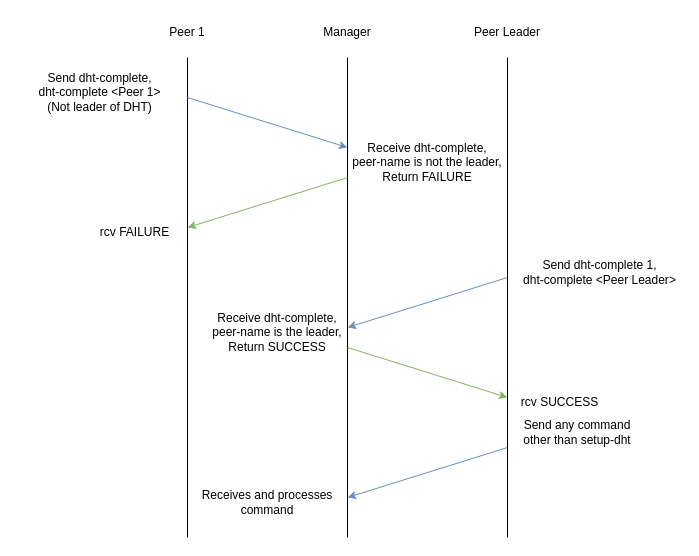
The draw.io diagram TS3_with_other_peers.drawio in TalonRoberts/cse360_helloworld, before the edit. Source tidied: cells renumbered, new cells numbered last; positions are measured from the earlier drawing's top-left corner, leaving out a move shared by most shapes. Both pictures are drawn from the tidied source at 100%, with x=0, y=0 at pixel (17, 17).
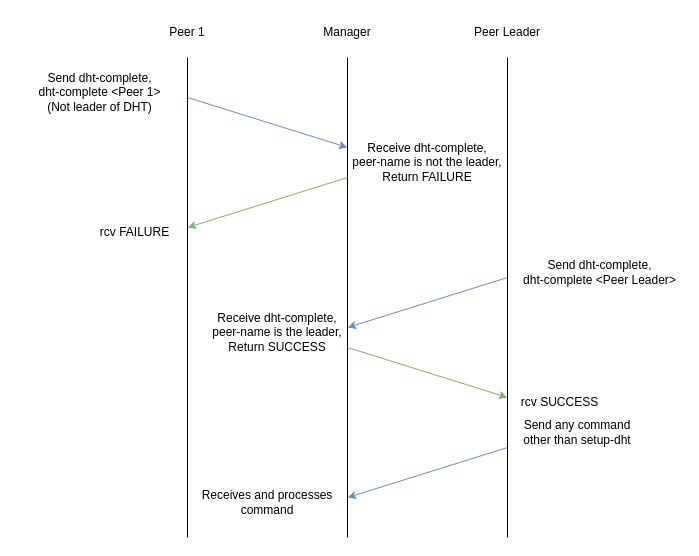
The same diagram, later.

Diff of the diagram source:
```diff
@@
-    <mxCell id="10" value="Send dht-complete 1,&lt;div&gt;dht-complete &amp;lt;Peer&amp;nbsp;&lt;span style=&quot;--tw-scale-x: 1; --tw-scale-y: 1; --tw-pan-x: ; --tw-pan-y: ; --tw-pinch-zoom: ; --tw-scroll-snap-strictness: proximity; --tw-gradient-from-position: ; --tw-gradient-via-position: ; --tw-gradient-to-position: ; --tw-ordinal: ; --tw-slashed-zero: ; --tw-numeric-figure: ; --tw-numeric-spacing: ; --tw-numeric-fraction: ; --tw-ring-inset: ; --tw-ring-offset-width: 0px; --tw-ring-offset-color: #fff; --tw-ring-color: rgb(59 130 246 / .5); --tw-ring-offset-shadow: 0 0 #0000; --tw-ring-shadow: 0 0 #0000; --tw-shadow: 0 0 #0000; --tw-shadow-colored: 0 0 #0000; --tw-blur: ; --tw-brightness: ; --tw-contrast: ; --tw-grayscale: ; --tw-hue-rotate: ; --tw-invert: ; --tw-saturate: ; --tw-sepia: ; --tw-drop-shadow: ; --tw-backdrop-blur: ; --tw-backdrop-brightness: ; --tw-backdrop-contrast: ; --tw-backdrop-grayscale: ; --tw-backdrop-hue-rotate: ; --tw-backdrop-invert: ; --tw-backdrop-opacity: ; --tw-backdrop-saturate: ; --tw-backdrop-sepia: ; color: light-dark(rgb(0, 0, 0), rgb(255, 255, 255)); background-color: transparent;&quot;&gt;Leader&lt;/span&gt;&amp;gt;&lt;/div&gt;" style="text;strokeColor=none;align=center;fillColor=none;html=1;verticalAlign=middle;whiteSpace=wrap;rounded=0;" parent="1" vertex="1">
+    <mxCell id="10" value="Send dht-complete,&lt;div&gt;dht-complete &amp;lt;Peer&amp;nbsp;&lt;span style=&quot;--tw-scale-x: 1; --tw-scale-y: 1; --tw-pan-x: ; --tw-pan-y: ; --tw-pinch-zoom: ; --tw-scroll-snap-strictness: proximity; --tw-gradient-from-position: ; --tw-gradient-via-position: ; --tw-gradient-to-position: ; --tw-ordinal: ; --tw-slashed-zero: ; --tw-numeric-figure: ; --tw-numeric-spacing: ; --tw-numeric-fraction: ; --tw-ring-inset: ; --tw-ring-offset-width: 0px; --tw-ring-offset-color: light-dark(#fff, #000000); --tw-ring-color: rgb(59 130 246 / .5); --tw-ring-offset-shadow: 0 0 #0000; --tw-ring-shadow: 0 0 #0000; --tw-shadow: 0 0 #0000; --tw-shadow-colored: 0 0 #0000; --tw-blur: ; --tw-brightness: ; --tw-contrast: ; --tw-grayscale: ; --tw-hue-rotate: ; --tw-invert: ; --tw-saturate: ; --tw-sepia: ; --tw-drop-shadow: ; --tw-backdrop-blur: ; --tw-backdrop-brightness: ; --tw-backdrop-contrast: ; --tw-backdrop-grayscale: ; --tw-backdrop-hue-rotate: ; --tw-backdrop-invert: ; --tw-backdrop-opacity: ; --tw-backdrop-saturate: ; --tw-backdrop-sepia: ; color: light-dark(rgb(0, 0, 0), rgb(255, 255, 255)); background-color: transparent;&quot;&gt;Leader&lt;/span&gt;&amp;gt;&lt;/div&gt;" style="text;strokeColor=none;align=center;fillColor=none;html=1;verticalAlign=middle;whiteSpace=wrap;rounded=0;" parent="1" vertex="1">
       <mxGeometry x="500" y="240" width="165" height="30" as="geometry" />
     </mxCell>
```
